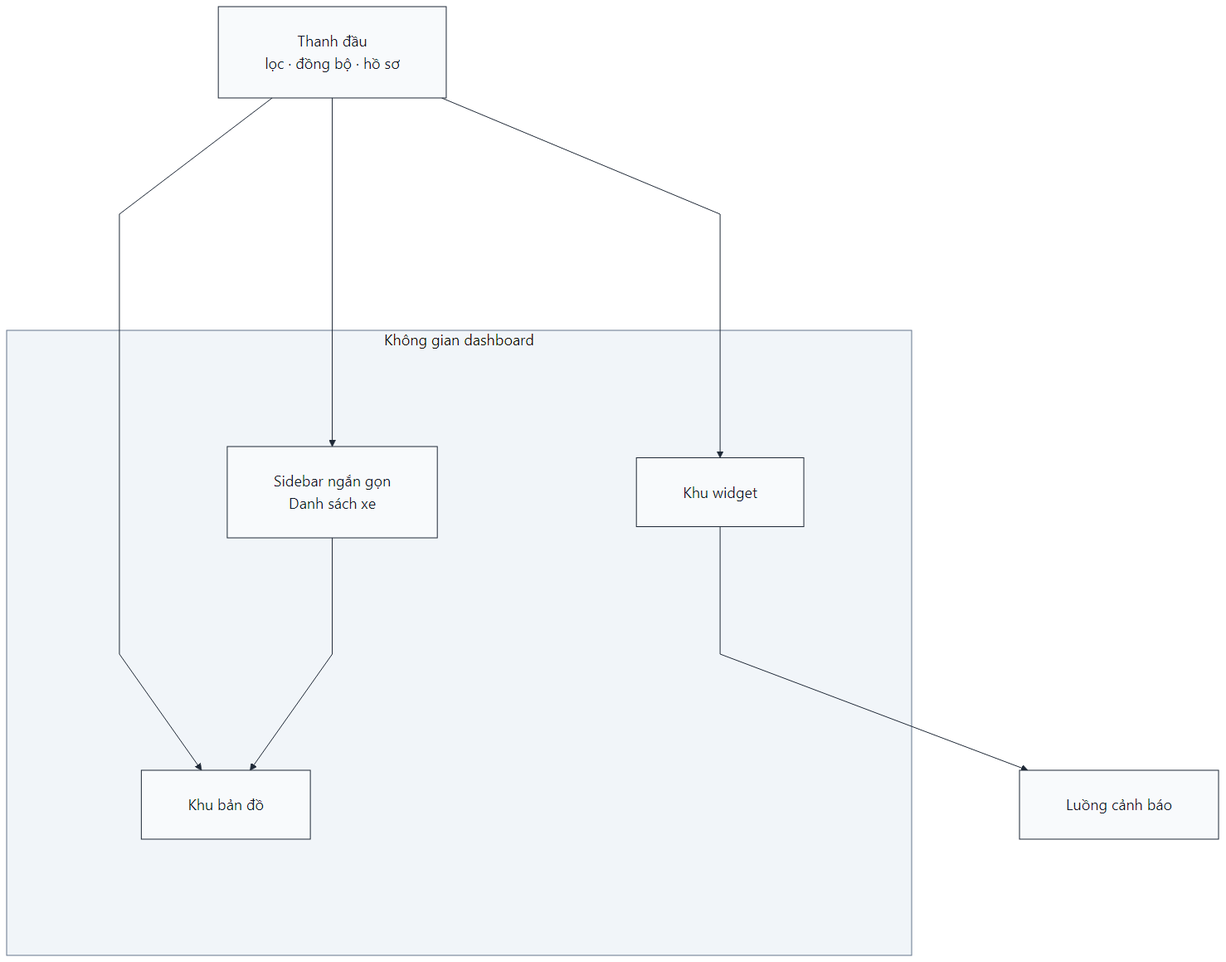
anmh1205/IoT_Vehicle_Tracking_System keeps this Mermaid diagram as resources/reports/thesis/final/assets/figures/09-chuong-4-trien-khai-cloud-hinh-4-20.png. Above is the earlier version. Its source is kept beside it as resources/reports/thesis/final/assets/uml/09-chuong-4-trien-khai-cloud-hinh-4-20.mmd. Its diagram source:
```mermaid
flowchart TB
    Header["Thanh đầu
lọc · đồng bộ · hồ sơ"]

    subgraph Main["Không gian dashboard"]
        direction LR
        Sidebar["Sidebar ngắn gọn
Danh sách xe"]
        MapPanel["Khu bản đồ"]
        WidgetPanel["Khu widget"]
    end

    AlertFeed["Luồng cảnh báo"]

    Header --> Sidebar
    Header --> MapPanel
    Header --> WidgetPanel
    Sidebar --> MapPanel
    WidgetPanel --> AlertFeed
```
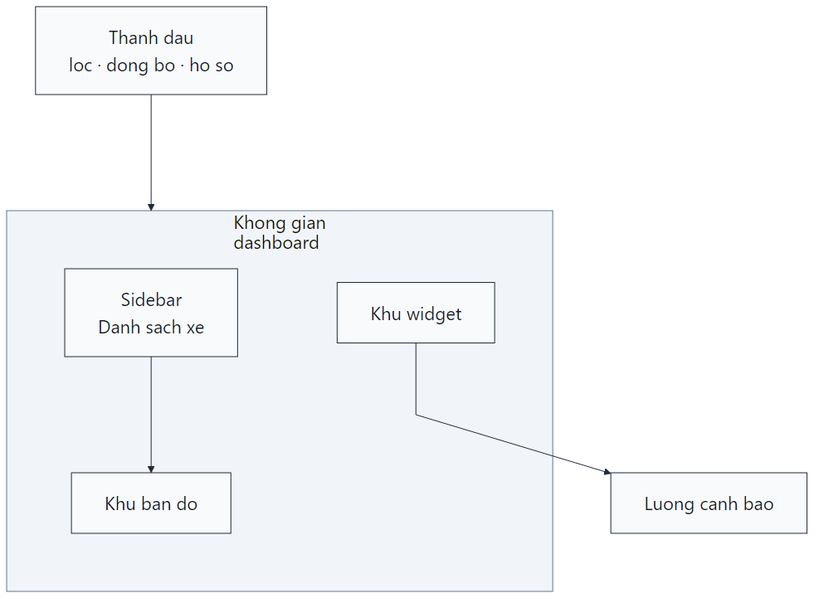
After the commit.

The edit, as a diff of the source:
```diff
@@ -1,19 +1,15 @@
 flowchart TB
-    Header["Thanh đầu
-lọc · đồng bộ · hồ sơ"]
+    Header["Thanh dau<br/>loc · dong bo · ho so"]
 
-    subgraph Main["Không gian dashboard"]
+    subgraph Main["Khong gian dashboard"]
         direction LR
-        Sidebar["Sidebar ngắn gọn
-Danh sách xe"]
-        MapPanel["Khu bản đồ"]
+        Sidebar["Sidebar<br/>Danh sach xe"]
+        MapPanel["Khu ban do"]
         WidgetPanel["Khu widget"]
     end
 
-    AlertFeed["Luồng cảnh báo"]
+    AlertFeed["Luong canh bao"]
 
-    Header --> Sidebar
-    Header --> MapPanel
-    Header --> WidgetPanel
+    Header --> Main
     Sidebar --> MapPanel
     WidgetPanel --> AlertFeed
```
